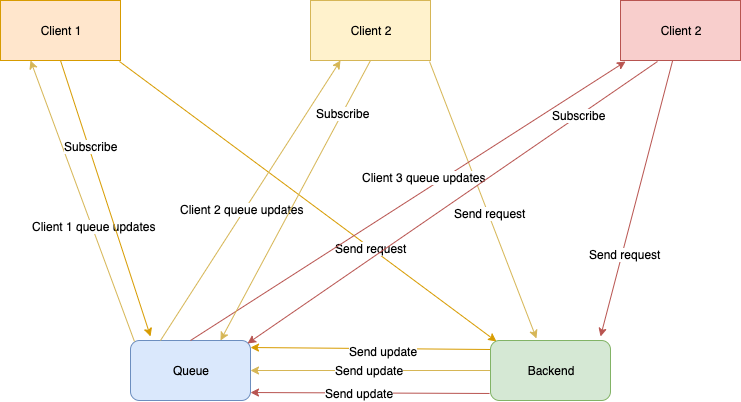
Earlier version of the draw.io export documentation/sharding/queue_only.png (Mnwa/sonya). Source tidied: cells renumbered, new cells last; positions are measured from the earlier drawing's top-left corner, leaving out a move shared by most shapes.
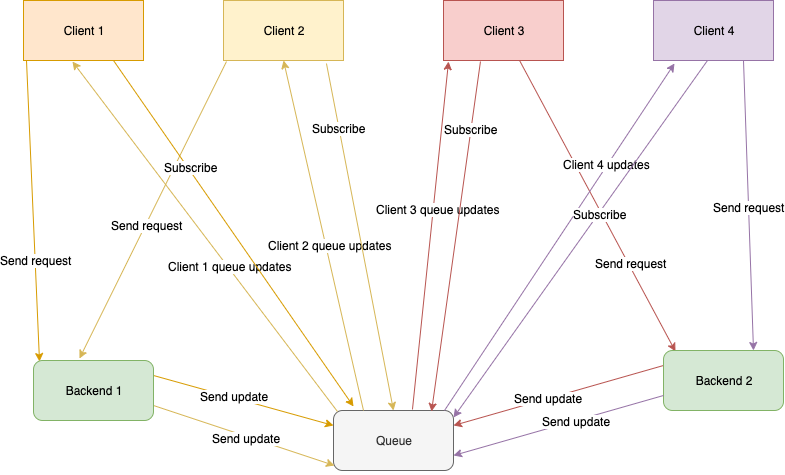
Above is the later version.

What changed in the source:
```diff
@@ -6,99 +6,131 @@
       <mxGeometry width="120" height="60" as="geometry" />
     </mxCell>
     <mxCell id="3" value="Client 2" style="rounded=0;whiteSpace=wrap;html=1;fillColor=#fff2cc;strokeColor=#d6b656;" parent="1" vertex="1">
-      <mxGeometry x="310" width="120" height="60" as="geometry" />
+      <mxGeometry x="200" width="120" height="60" as="geometry" />
     </mxCell>
-    <mxCell id="4" value="Client 2" style="rounded=0;whiteSpace=wrap;html=1;fillColor=#f8cecc;strokeColor=#b85450;" parent="1" vertex="1">
-      <mxGeometry x="620" width="120" height="60" as="geometry" />
+    <mxCell id="4" value="Client 3" style="rounded=0;whiteSpace=wrap;html=1;fillColor=#f8cecc;strokeColor=#b85450;" parent="1" vertex="1">
+      <mxGeometry x="420" width="120" height="60" as="geometry" />
     </mxCell>
-    <mxCell id="5" value="Queue" style="rounded=1;whiteSpace=wrap;html=1;fillColor=#dae8fc;strokeColor=#6c8ebf;" parent="1" vertex="1">
-      <mxGeometry x="130" y="340" width="120" height="60" as="geometry" />
+    <mxCell id="5" value="Queue" style="rounded=1;whiteSpace=wrap;html=1;fillColor=#f5f5f5;strokeColor=#666666;fontColor=#333333;" parent="1" vertex="1">
+      <mxGeometry x="310" y="410" width="120" height="60" as="geometry" />
     </mxCell>
-    <mxCell id="6" style="endArrow=classic;html=1;exitX=0.992;exitY=1.017;exitDx=0;exitDy=0;exitPerimeter=0;entryX=0.05;entryY=0.017;entryDx=0;entryDy=0;fillColor=#ffe6cc;strokeColor=#d79b00;entryPerimeter=0;" parent="1" edge="1" source="2" target="18">
+    <mxCell id="6" style="endArrow=classic;html=1;exitX=0.025;exitY=1;exitDx=0;exitDy=0;exitPerimeter=0;entryX=0.05;entryY=0.017;entryDx=0;entryDy=0;fillColor=#ffe6cc;strokeColor=#d79b00;entryPerimeter=0;" parent="1" edge="1" source="2" target="16">
       <mxGeometry relative="1" as="geometry" />
     </mxCell>
     <mxCell id="7" value="Send request" style="text;html=1;align=center;verticalAlign=middle;labelBackgroundColor=#ffffff;" parent="6" vertex="1">
       <mxGeometry x="0.33" relative="1" as="geometry" />
     </mxCell>
-    <mxCell id="8" style="endArrow=classic;html=1;exitX=0.992;exitY=1.017;exitDx=0;exitDy=0;exitPerimeter=0;entryX=0.383;entryY=-0.033;entryDx=0;entryDy=0;entryPerimeter=0;fillColor=#fff2cc;strokeColor=#d6b656;" parent="1" edge="1" source="3" target="18">
+    <mxCell id="8" style="endArrow=classic;html=1;exitX=0.025;exitY=1.017;exitDx=0;exitDy=0;exitPerimeter=0;entryX=0.383;entryY=-0.033;entryDx=0;entryDy=0;entryPerimeter=0;fillColor=#fff2cc;strokeColor=#d6b656;" parent="1" edge="1" source="3" target="16">
       <mxGeometry relative="1" as="geometry" />
     </mxCell>
     <mxCell id="9" value="Send request" style="text;html=1;align=center;verticalAlign=middle;labelBackgroundColor=#ffffff;" parent="8" vertex="1">
       <mxGeometry x="0.1" y="1" relative="1" as="geometry" />
     </mxCell>
-    <mxCell id="10" style="endArrow=classic;html=1;entryX=0.917;entryY=-0.067;entryDx=0;entryDy=0;fillColor=#f8cecc;strokeColor=#b85450;entryPerimeter=0;" parent="1" edge="1" source="4" target="18">
+    <mxCell id="10" style="endArrow=classic;html=1;entryX=0.1;entryY=0.017;entryDx=0;entryDy=0;fillColor=#f8cecc;strokeColor=#b85450;entryPerimeter=0;" parent="1" edge="1" source="4" target="32">
       <mxGeometry relative="1" as="geometry" />
     </mxCell>
     <mxCell id="11" value="Send request" style="text;html=1;align=center;verticalAlign=middle;labelBackgroundColor=#ffffff;" parent="10" vertex="1">
       <mxGeometry x="0.4" y="2" relative="1" as="geometry" />
     </mxCell>
-    <mxCell id="12" style="endArrow=classic;html=1;exitX=0.008;exitY=0.15;exitDx=0;exitDy=0;exitPerimeter=0;entryX=1;entryY=0.117;entryDx=0;entryDy=0;fillColor=#ffe6cc;strokeColor=#d79b00;entryPerimeter=0;" parent="1" edge="1" source="18" target="5">
+    <mxCell id="12" style="endArrow=classic;html=1;exitX=1;exitY=0.25;exitDx=0;exitDy=0;entryX=0;entryY=0.25;entryDx=0;entryDy=0;fillColor=#ffe6cc;strokeColor=#d79b00;" parent="1" edge="1" source="16" target="5">
       <mxGeometry relative="1" as="geometry" />
     </mxCell>
     <mxCell id="13" value="Send update" style="text;html=1;align=center;verticalAlign=middle;labelBackgroundColor=#ffffff;" parent="12" vertex="1">
       <mxGeometry x="-0.11" y="2" relative="1" as="geometry" />
     </mxCell>
-    <mxCell id="14" style="endArrow=classic;html=1;exitX=0;exitY=0.5;exitDx=0;exitDy=0;entryX=1;entryY=0.5;entryDx=0;entryDy=0;fillColor=#fff2cc;strokeColor=#d6b656;" parent="1" edge="1" source="18" target="5">
+    <mxCell id="14" style="endArrow=classic;html=1;exitX=1;exitY=0.75;exitDx=0;exitDy=0;entryX=0.008;entryY=0.917;entryDx=0;entryDy=0;fillColor=#fff2cc;strokeColor=#d6b656;entryPerimeter=0;" parent="1" edge="1" source="16" target="5">
       <mxGeometry relative="1" as="geometry" />
     </mxCell>
     <mxCell id="15" value="Send update" style="text;html=1;align=center;verticalAlign=middle;labelBackgroundColor=#ffffff;" parent="14" vertex="1">
-      <mxGeometry x="0.01" y="-1" relative="1" as="geometry" />
+      <mxGeometry x="0.01" y="-1" relative="1" as="geometry">
+        <mxPoint x="1" y="1" as="offset" />
+      </mxGeometry>
     </mxCell>
-    <mxCell id="16" style="endArrow=classic;html=1;entryX=1;entryY=0.867;entryDx=0;entryDy=0;entryPerimeter=0;fillColor=#f8cecc;strokeColor=#b85450;exitX=-0.008;exitY=0.883;exitDx=0;exitDy=0;exitPerimeter=0;" parent="1" edge="1" source="18" target="5">
-      <mxGeometry relative="1" as="geometry" />
+    <mxCell id="16" value="Backend 1" style="rounded=1;whiteSpace=wrap;html=1;fillColor=#d5e8d4;strokeColor=#82b366;" parent="1" vertex="1">
+      <mxGeometry x="10" y="360" width="120" height="60" as="geometry" />
     </mxCell>
-    <mxCell id="17" value="Send update" style="text;html=1;align=center;verticalAlign=middle;labelBackgroundColor=#ffffff;" parent="16" vertex="1">
-      <mxGeometry x="0.1" relative="1" as="geometry" />
+    <mxCell id="17" style="endArrow=classic;html=1;exitX=0.033;exitY=0.017;exitDx=0;exitDy=0;exitPerimeter=0;fillColor=#fff2cc;strokeColor=#d6b656;entryX=0.408;entryY=1.017;entryDx=0;entryDy=0;entryPerimeter=0;" parent="1" edge="1" source="5" target="2">
+      <mxGeometry relative="1" as="geometry" />
     </mxCell>
-    <mxCell id="18" value="Backend" style="rounded=1;whiteSpace=wrap;html=1;fillColor=#d5e8d4;strokeColor=#82b366;" parent="1" vertex="1">
-      <mxGeometry x="490" y="340" width="120" height="60" as="geometry" />
+    <mxCell id="18" value="Client 1 queue updates" style="text;html=1;points=[];align=center;verticalAlign=middle;labelBackgroundColor=#ffffff;" parent="17" vertex="1">
+      <mxGeometry x="-0.17" y="-2" relative="1" as="geometry">
+        <mxPoint y="1" as="offset" />
+      </mxGeometry>
     </mxCell>
-    <mxCell id="19" style="endArrow=classic;html=1;entryX=0.25;entryY=1;entryDx=0;entryDy=0;exitX=0.033;exitY=0.017;exitDx=0;exitDy=0;exitPerimeter=0;fillColor=#fff2cc;strokeColor=#d6b656;" parent="1" edge="1" source="5" target="2">
+    <mxCell id="19" style="endArrow=classic;html=1;entryX=0.5;entryY=1;entryDx=0;entryDy=0;exitX=0.25;exitY=0;exitDx=0;exitDy=0;fillColor=#fff2cc;strokeColor=#d6b656;" parent="1" edge="1" source="5" target="3">
       <mxGeometry relative="1" as="geometry" />
     </mxCell>
-    <mxCell id="20" value="Client 1 queue updates" style="text;html=1;align=center;verticalAlign=middle;labelBackgroundColor=#ffffff;" parent="19" vertex="1">
-      <mxGeometry x="-0.17" y="-2" relative="1" as="geometry">
-        <mxPoint y="1" as="offset" />
-      </mxGeometry>
+    <mxCell id="20" value="&lt;span style=&quot;font-family: &amp;#34;helvetica&amp;#34; , &amp;#34;arial&amp;#34; , sans-serif ; font-size: 0px ; background-color: rgb(248 , 249 , 250)&quot;&gt;%3CmxGraphModel%3E%3Croot%3E%3CmxCell%20id%3D%220%22%2F%3E%3CmxCell%20id%3D%221%22%20parent%3D%220%22%2F%3E%3CmxCell%20id%3D%222%22%20value%3D%22Client%201%20queue%20updates%22%20style%3D%22text%3Bhtml%3D1%3Bresizable%3D0%3Bpoints%3D%5B%5D%3Balign%3Dcenter%3BverticalAlign%3Dmiddle%3BlabelBackgroundColor%3D%23ffffff%3B%22%20vertex%3D%221%22%20connectable%3D%220%22%20parent%3D%221%22%3E%3CmxGeometry%20x%3D%22103.31348947461106%22%20y%3D%22162.46564161100378%22%20as%3D%22geometry%22%3E%3CmxPoint%20y%3D%221%22%20as%3D%22offset%22%2F%3E%3C%2FmxGeometry%3E%3C%2FmxCell%3E%3C%2Froot%3E%3C%2FmxGraphModel%3E&lt;/span&gt;&lt;span style=&quot;font-family: &amp;#34;helvetica&amp;#34; , &amp;#34;arial&amp;#34; , sans-serif ; font-size: 0px ; background-color: rgb(248 , 249 , 250)&quot;&gt;%3CmxGraphModel%3E%3Croot%3E%3CmxCell%20id%3D%220%22%2F%3E%3CmxCell%20id%3D%221%22%20parent%3D%220%22%2F%3E%3CmxCell%20id%3D%222%22%20value%3D%22Client%201%20queue%20updates%22%20style%3D%22text%3Bhtml%3D1%3Bresizable%3D0%3Bpoints%3D%5B%5D%3Balign%3Dcenter%3BverticalAlign%3Dmiddle%3BlabelBackgroundColor%3D%23ffffff%3B%22%20vertex%3D%221%22%20connectable%3D%220%22%20parent%3D%221%22%3E%3CmxGeometry%20x%3D%22103.31348947461106%22%20y%3D%22162.46564161100378%22%20as%3D%22geometry%22%3E%3CmxPoint%20y%3D%221%22%20as%3D%22offset%22%2F%3E%3C%2FmxGeometry%3E%3C%2FmxCell%3E%3C%2Froot%3E%3C%2FmxGraphModel%3ECl&lt;/span&gt;" style="text;html=1;align=center;verticalAlign=middle;labelBackgroundColor=#ffffff;" parent="19" vertex="1">
+      <mxGeometry x="-0.15" y="1" relative="1" as="geometry" />
     </mxCell>
-    <mxCell id="21" style="endArrow=classic;html=1;entryX=0.25;entryY=1;entryDx=0;entryDy=0;exitX=0.25;exitY=0;exitDx=0;exitDy=0;fillColor=#fff2cc;strokeColor=#d6b656;" parent="1" edge="1" source="5" target="3">
-      <mxGeometry relative="1" as="geometry" />
+    <mxCell id="21" value="Client 2 queue updates" style="text;html=1;align=center;verticalAlign=middle;labelBackgroundColor=#ffffff;" parent="19" vertex="1">
+      <mxGeometry x="-0.12" y="-3" relative="1" as="geometry">
+        <mxPoint x="-1" y="-9.5" as="offset" />
+      </mxGeometry>
     </mxCell>
-    <mxCell id="22" value="&lt;span style=&quot;font-family: &amp;#34;helvetica&amp;#34; , &amp;#34;arial&amp;#34; , sans-serif ; font-size: 0px ; background-color: rgb(248 , 249 , 250)&quot;&gt;%3CmxGraphModel%3E%3Croot%3E%3CmxCell%20id%3D%220%22%2F%3E%3CmxCell%20id%3D%221%22%20parent%3D%220%22%2F%3E%3CmxCell%20id%3D%222%22%20value%3D%22Client%201%20queue%20updates%22%20style%3D%22text%3Bhtml%3D1%3Bresizable%3D0%3Bpoints%3D%5B%5D%3Balign%3Dcenter%3BverticalAlign%3Dmiddle%3BlabelBackgroundColor%3D%23ffffff%3B%22%20vertex%3D%221%22%20connectable%3D%220%22%20parent%3D%221%22%3E%3CmxGeometry%20x%3D%22103.31348947461106%22%20y%3D%22162.46564161100378%22%20as%3D%22geometry%22%3E%3CmxPoint%20y%3D%221%22%20as%3D%22offset%22%2F%3E%3C%2FmxGeometry%3E%3C%2FmxCell%3E%3C%2Froot%3E%3C%2FmxGraphModel%3E&lt;/span&gt;&lt;span style=&quot;font-family: &amp;#34;helvetica&amp;#34; , &amp;#34;arial&amp;#34; , sans-serif ; font-size: 0px ; background-color: rgb(248 , 249 , 250)&quot;&gt;%3CmxGraphModel%3E%3Croot%3E%3CmxCell%20id%3D%220%22%2F%3E%3CmxCell%20id%3D%221%22%20parent%3D%220%22%2F%3E%3CmxCell%20id%3D%222%22%20value%3D%22Client%201%20queue%20updates%22%20style%3D%22text%3Bhtml%3D1%3Bresizable%3D0%3Bpoints%3D%5B%5D%3Balign%3Dcenter%3BverticalAlign%3Dmiddle%3BlabelBackgroundColor%3D%23ffffff%3B%22%20vertex%3D%221%22%20connectable%3D%220%22%20parent%3D%221%22%3E%3CmxGeometry%20x%3D%22103.31348947461106%22%20y%3D%22162.46564161100378%22%20as%3D%22geometry%22%3E%3CmxPoint%20y%3D%221%22%20as%3D%22offset%22%2F%3E%3C%2FmxGeometry%3E%3C%2FmxCell%3E%3C%2Froot%3E%3C%2FmxGraphModel%3ECl&lt;/span&gt;" style="text;html=1;align=center;verticalAlign=middle;labelBackgroundColor=#ffffff;" parent="21" vertex="1">
-      <mxGeometry x="-0.15" y="1" relative="1" as="geometry" />
+    <mxCell id="22" style="endArrow=classic;html=1;entryX=0.042;entryY=1.017;entryDx=0;entryDy=0;entryPerimeter=0;fillColor=#f8cecc;strokeColor=#b85450;exitX=0.658;exitY=-0.017;exitDx=0;exitDy=0;exitPerimeter=0;" parent="1" edge="1" source="5" target="4">
+      <mxGeometry relative="1" as="geometry" />
     </mxCell>
-    <mxCell id="23" value="Client 2 queue updates" style="text;html=1;align=center;verticalAlign=middle;labelBackgroundColor=#ffffff;" parent="21" vertex="1">
-      <mxGeometry x="-0.12" y="-3" relative="1" as="geometry">
-        <mxPoint x="-1" y="-9.5" as="offset" />
+    <mxCell id="23" value="Client 3 queue updates" style="text;html=1;align=center;verticalAlign=middle;labelBackgroundColor=#ffffff;" parent="22" vertex="1">
+      <mxGeometry x="0.04" y="-1" relative="1" as="geometry">
+        <mxPoint x="5" y="-18.5" as="offset" />
       </mxGeometry>
     </mxCell>
-    <mxCell id="24" style="endArrow=classic;html=1;entryX=0.042;entryY=1.017;entryDx=0;entryDy=0;entryPerimeter=0;fillColor=#f8cecc;strokeColor=#b85450;exitX=0.5;exitY=0;exitDx=0;exitDy=0;" parent="1" edge="1" source="5" target="4">
+    <mxCell id="24" style="endArrow=classic;html=1;exitX=0.75;exitY=1;exitDx=0;exitDy=0;entryX=0.167;entryY=-0.067;entryDx=0;entryDy=0;entryPerimeter=0;fillColor=#ffe6cc;strokeColor=#d79b00;" parent="1" edge="1" source="2" target="5">
       <mxGeometry relative="1" as="geometry" />
     </mxCell>
-    <mxCell id="25" value="Client 3 queue updates" style="text;html=1;align=center;verticalAlign=middle;labelBackgroundColor=#ffffff;" parent="24" vertex="1">
-      <mxGeometry x="0.04" y="-1" relative="1" as="geometry">
-        <mxPoint x="5" y="-18.5" as="offset" />
+    <mxCell id="25" value="Subscribe" style="text;html=1;align=center;verticalAlign=middle;labelBackgroundColor=#ffffff;" parent="24" vertex="1">
+      <mxGeometry x="-0.37" y="3" relative="1" as="geometry">
+        <mxPoint x="-1" as="offset" />
       </mxGeometry>
     </mxCell>
-    <mxCell id="26" style="endArrow=classic;html=1;exitX=0.5;exitY=1;exitDx=0;exitDy=0;entryX=0.167;entryY=-0.067;entryDx=0;entryDy=0;entryPerimeter=0;fillColor=#ffe6cc;strokeColor=#d79b00;" parent="1" edge="1" source="2" target="5">
+    <mxCell id="26" style="endArrow=classic;html=1;exitX=0.858;exitY=1.05;exitDx=0;exitDy=0;entryX=0.5;entryY=0;entryDx=0;entryDy=0;fillColor=#fff2cc;strokeColor=#d6b656;exitPerimeter=0;" parent="1" edge="1" source="3" target="5">
       <mxGeometry relative="1" as="geometry" />
     </mxCell>
     <mxCell id="27" value="Subscribe" style="text;html=1;align=center;verticalAlign=middle;labelBackgroundColor=#ffffff;" parent="26" vertex="1">
-      <mxGeometry x="-0.37" y="3" relative="1" as="geometry">
-        <mxPoint x="-1" as="offset" />
-      </mxGeometry>
+      <mxGeometry x="-0.63" relative="1" as="geometry" />
     </mxCell>
-    <mxCell id="28" style="endArrow=classic;html=1;exitX=0.5;exitY=1;exitDx=0;exitDy=0;entryX=0.75;entryY=0;entryDx=0;entryDy=0;fillColor=#fff2cc;strokeColor=#d6b656;" parent="1" edge="1" source="3" target="5">
+    <mxCell id="28" style="endArrow=classic;html=1;exitX=0.308;exitY=1.017;exitDx=0;exitDy=0;exitPerimeter=0;entryX=0.817;entryY=0.017;entryDx=0;entryDy=0;fillColor=#f8cecc;strokeColor=#b85450;entryPerimeter=0;" parent="1" edge="1" source="4" target="5">
       <mxGeometry relative="1" as="geometry" />
     </mxCell>
     <mxCell id="29" value="Subscribe" style="text;html=1;align=center;verticalAlign=middle;labelBackgroundColor=#ffffff;" parent="28" vertex="1">
-      <mxGeometry x="-0.63" relative="1" as="geometry" />
+      <mxGeometry x="-0.62" y="-1" relative="1" as="geometry" />
     </mxCell>
-    <mxCell id="30" style="endArrow=classic;html=1;exitX=0.308;exitY=1.017;exitDx=0;exitDy=0;exitPerimeter=0;entryX=0.975;entryY=0.05;entryDx=0;entryDy=0;entryPerimeter=0;fillColor=#f8cecc;strokeColor=#b85450;" parent="1" edge="1" source="4" target="5">
+    <mxCell id="30" style="endArrow=classic;html=1;entryX=1;entryY=0.25;entryDx=0;entryDy=0;fillColor=#f8cecc;strokeColor=#b85450;exitX=0;exitY=0.25;exitDx=0;exitDy=0;" parent="1" edge="1" source="32" target="5">
       <mxGeometry relative="1" as="geometry" />
     </mxCell>
-    <mxCell id="31" value="Subscribe" style="text;html=1;align=center;verticalAlign=middle;labelBackgroundColor=#ffffff;" parent="30" vertex="1">
-      <mxGeometry x="-0.62" y="-1" relative="1" as="geometry" />
+    <mxCell id="31" value="Send update" style="text;html=1;align=center;verticalAlign=middle;labelBackgroundColor=#ffffff;" parent="30" vertex="1">
+      <mxGeometry x="0.1" relative="1" as="geometry" />
     </mxCell>
+    <mxCell id="32" value="Backend 2" style="rounded=1;whiteSpace=wrap;html=1;fillColor=#d5e8d4;strokeColor=#82b366;" parent="1" vertex="1">
+      <mxGeometry x="640" y="350" width="120" height="60" as="geometry" />
+    </mxCell>
+    <mxCell id="33" value="Client 4" style="rounded=0;whiteSpace=wrap;html=1;fillColor=#e1d5e7;strokeColor=#9673a6;" parent="1" vertex="1">
+      <mxGeometry x="630" width="120" height="60" as="geometry" />
+    </mxCell>
+    <mxCell id="34" style="endArrow=classic;html=1;entryX=0.175;entryY=1.05;entryDx=0;entryDy=0;entryPerimeter=0;fillColor=#e1d5e7;strokeColor=#9673a6;exitX=0.925;exitY=0;exitDx=0;exitDy=0;exitPerimeter=0;" parent="1" edge="1" source="5" target="33">
+      <mxGeometry relative="1" as="geometry" />
+    </mxCell>
+    <mxCell id="35" value="Client 4 updates" style="text;html=1;align=center;verticalAlign=middle;labelBackgroundColor=#ffffff;" parent="34" vertex="1">
+      <mxGeometry x="0.42" y="1" relative="1" as="geometry" />
+    </mxCell>
+    <mxCell id="36" style="endArrow=classic;html=1;exitX=0.45;exitY=1;exitDx=0;exitDy=0;exitPerimeter=0;entryX=1;entryY=0.117;entryDx=0;entryDy=0;entryPerimeter=0;fillColor=#e1d5e7;strokeColor=#9673a6;" parent="1" edge="1" source="33" target="5">
+      <mxGeometry relative="1" as="geometry" />
+    </mxCell>
+    <mxCell id="37" value="Subscribe" style="text;html=1;align=center;verticalAlign=middle;labelBackgroundColor=#ffffff;" parent="36" vertex="1">
+      <mxGeometry x="-0.14" y="1" relative="1" as="geometry" />
+    </mxCell>
+    <mxCell id="38" style="endArrow=classic;html=1;exitX=0.75;exitY=1;exitDx=0;exitDy=0;entryX=0.75;entryY=0;entryDx=0;entryDy=0;fillColor=#e1d5e7;strokeColor=#9673a6;" parent="1" edge="1" source="33" target="32">
+      <mxGeometry relative="1" as="geometry" />
+    </mxCell>
+    <mxCell id="39" value="Send request" style="text;html=1;align=center;verticalAlign=middle;labelBackgroundColor=#ffffff;" parent="38" vertex="1">
+      <mxGeometry x="0.01" relative="1" as="geometry" />
+    </mxCell>
+    <mxCell id="40" style="endArrow=classic;html=1;exitX=0;exitY=0.75;exitDx=0;exitDy=0;entryX=1;entryY=0.75;entryDx=0;entryDy=0;fillColor=#e1d5e7;strokeColor=#9673a6;" parent="1" edge="1" source="32" target="5">
+      <mxGeometry relative="1" as="geometry" />
+    </mxCell>
+    <mxCell id="41" value="Send update" style="text;html=1;align=center;verticalAlign=middle;labelBackgroundColor=#ffffff;" parent="40" vertex="1">
+      <mxGeometry x="-0.17" y="1" relative="1" as="geometry" />
+    </mxCell>
   </root>
 </mxGraphModel>
```
